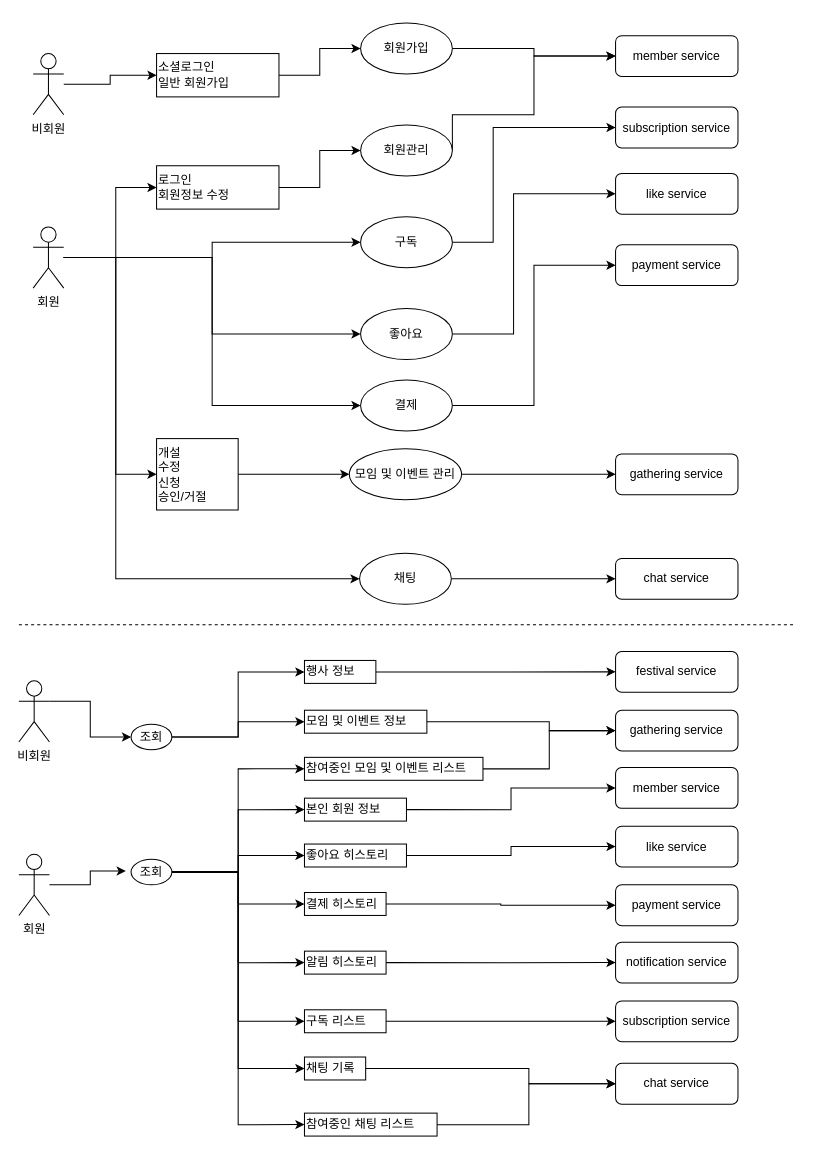
The draw.io diagram withme-uml.drawio in withuszb/diagram, before the edit. Source tidied: cells renumbered, new cells numbered last; positions are measured from the earlier drawing's top-left corner, leaving out a move shared by most shapes. Both pictures are drawn from the tidied source at 102%, with x=0, y=0 at pixel (18, 22).
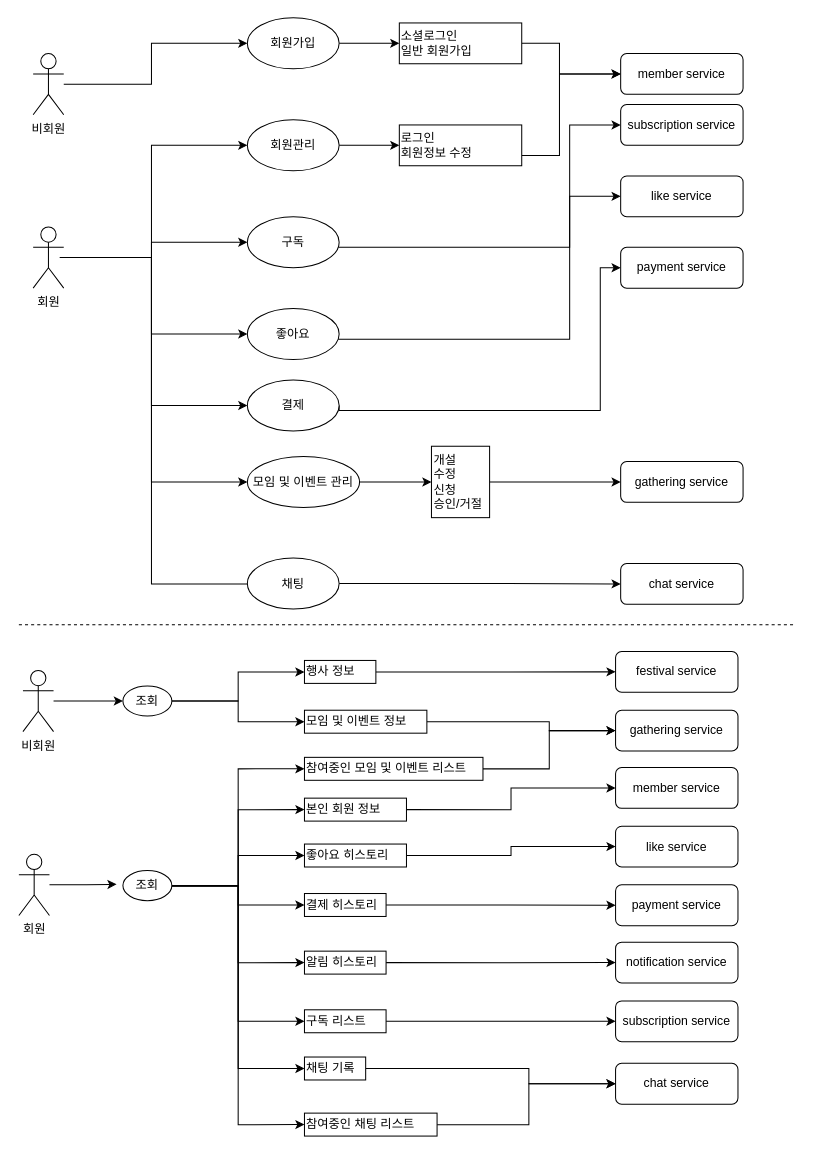
After the change.

Unchanged cells that the change refers to:
```xml
<mxCell id="3" value="비회원" style="shape=umlActor;verticalLabelPosition=bottom;verticalAlign=top;html=1;outlineConnect=0;" parent="1" vertex="1">
  <mxGeometry x="14" y="30" width="30" height="60" as="geometry" />
</mxCell>
<mxCell id="10" value="회&lt;span style=&quot;background-color: initial;&quot;&gt;원&lt;/span&gt;" style="shape=umlActor;verticalLabelPosition=bottom;verticalAlign=top;html=1;outlineConnect=0;" parent="1" vertex="1">
  <mxGeometry x="14" y="200" width="30" height="60" as="geometry" />
</mxCell>
<mxCell id="66" value="모임 및 이벤트 정보" style="rounded=0;whiteSpace=wrap;html=1;align=left;" parent="1" vertex="1">
  <mxGeometry x="280" y="673.8" width="120" height="22.5" as="geometry" />
</mxCell>
<mxCell id="68" value="행사 정보" style="rounded=0;whiteSpace=wrap;html=1;align=left;" parent="1" vertex="1">
  <mxGeometry x="280" y="625" width="70" height="22.5" as="geometry" />
</mxCell>
```

Diff of the diagram source:
```diff
@@
-    <mxCell id="2" style="edgeStyle=orthogonalEdgeStyle;rounded=0;jettySize=auto;html=1;entryX=0;entryY=0.5;entryDx=0;entryDy=0;" parent="1" edge="1" source="3" target="36">
-      <mxGeometry relative="1" as="geometry" />
-    </mxCell>
+    <mxCell id="82" style="edgeStyle=orthogonalEdgeStyle;rounded=0;jettySize=auto;html=1;entryX=0;entryY=0.5;entryDx=0;entryDy=0;" parent="1" edge="1" source="3" target="12">
+      <mxGeometry relative="1" as="geometry">
+        <Array as="points">
+          <mxPoint x="130" y="60" />
+          <mxPoint x="130" y="20" />
+        </Array>
+      </mxGeometry>
+    </mxCell>
@@
-    <mxCell id="4" style="edgeStyle=orthogonalEdgeStyle;rounded=0;jettySize=auto;html=1;entryX=0;entryY=0.5;entryDx=0;entryDy=0;" parent="1" edge="1" source="10" target="34">
-      <mxGeometry relative="1" as="geometry">
-        <Array as="points">
-          <mxPoint x="95" y="230" />
-          <mxPoint x="95" y="161" />
-        </Array>
-      </mxGeometry>
-    </mxCell>
     <mxCell id="5" style="edgeStyle=orthogonalEdgeStyle;rounded=0;jettySize=auto;html=1;entryX=0;entryY=0.5;entryDx=0;entryDy=0;" parent="1" edge="1" source="10" target="16">
-      <mxGeometry relative="1" as="geometry" />
+      <mxGeometry relative="1" as="geometry">
+        <Array as="points">
+          <mxPoint x="130" y="230" />
+          <mxPoint x="130" y="215" />
+        </Array>
+      </mxGeometry>
     </mxCell>
     <mxCell id="6" style="edgeStyle=orthogonalEdgeStyle;rounded=0;jettySize=auto;html=1;entryX=0;entryY=0.5;entryDx=0;entryDy=0;" parent="1" edge="1" source="10" target="18">
-      <mxGeometry relative="1" as="geometry" />
+      <mxGeometry relative="1" as="geometry">
+        <Array as="points">
+          <mxPoint x="130" y="230" />
+          <mxPoint x="130" y="305" />
+        </Array>
+      </mxGeometry>
     </mxCell>
     <mxCell id="7" style="edgeStyle=orthogonalEdgeStyle;rounded=0;jettySize=auto;html=1;entryX=0;entryY=0.5;entryDx=0;entryDy=0;" parent="1" edge="1" source="10" target="20">
-      <mxGeometry relative="1" as="geometry" />
+      <mxGeometry relative="1" as="geometry">
+        <Array as="points">
+          <mxPoint x="130" y="230" />
+          <mxPoint x="130" y="375" />
+        </Array>
+      </mxGeometry>
     </mxCell>
-    <mxCell id="8" style="edgeStyle=orthogonalEdgeStyle;rounded=0;jettySize=auto;html=1;entryX=0;entryY=0.5;entryDx=0;entryDy=0;" parent="1" edge="1" source="10" target="38">
-      <mxGeometry relative="1" as="geometry">
-        <Array as="points">
-          <mxPoint x="95" y="230" />
-          <mxPoint x="95" y="442" />
-        </Array>
-      </mxGeometry>
-    </mxCell>
     <mxCell id="9" style="edgeStyle=orthogonalEdgeStyle;rounded=0;jettySize=auto;html=1;entryX=0;entryY=0.5;entryDx=0;entryDy=0;" parent="1" edge="1" source="10" target="24">
       <mxGeometry relative="1" as="geometry">
         <Array as="points">
-          <mxPoint x="95" y="230" />
-          <mxPoint x="95" y="545" />
+          <mxPoint x="130" y="230" />
+          <mxPoint x="130" y="550" />
+          <mxPoint x="250" y="550" />
         </Array>
       </mxGeometry>
     </mxCell>
+    <mxCell id="83" style="edgeStyle=orthogonalEdgeStyle;rounded=0;jettySize=auto;html=1;entryX=0;entryY=0.5;entryDx=0;entryDy=0;" parent="1" edge="1" target="22">
+      <mxGeometry relative="1" as="geometry">
+        <mxPoint x="40" y="230" as="sourcePoint" />
+        <Array as="points">
+          <mxPoint x="130" y="230" />
+          <mxPoint x="130" y="450" />
+        </Array>
+      </mxGeometry>
+    </mxCell>
+    <mxCell id="84" style="edgeStyle=orthogonalEdgeStyle;rounded=0;jettySize=auto;html=1;entryX=0;entryY=0.5;entryDx=0;entryDy=0;" parent="1" edge="1" source="10" target="14">
+      <mxGeometry relative="1" as="geometry">
+        <Array as="points">
+          <mxPoint x="130" y="230" />
+          <mxPoint x="130" y="120" />
+        </Array>
+      </mxGeometry>
+    </mxCell>
@@
-    <mxCell id="11" style="edgeStyle=orthogonalEdgeStyle;rounded=0;jettySize=auto;html=1;exitX=1;exitY=0.5;exitDx=0;exitDy=0;entryX=0;entryY=0.5;entryDx=0;entryDy=0;" parent="1" edge="1" source="12" target="25">
-      <mxGeometry relative="1" as="geometry" />
-    </mxCell>
+    <mxCell id="85" style="edgeStyle=orthogonalEdgeStyle;rounded=0;jettySize=auto;html=1;entryX=0;entryY=0.5;entryDx=0;entryDy=0;" parent="1" edge="1" source="12" target="36">
+      <mxGeometry relative="1" as="geometry" />
+    </mxCell>
     <mxCell id="12" value="회원가입" style="ellipse;whiteSpace=wrap;html=1;" parent="1" vertex="1">
-      <mxGeometry x="335" width="90" height="50" as="geometry" />
+      <mxGeometry x="224" y="-5" width="90" height="50" as="geometry" />
     </mxCell>
-    <mxCell id="13" style="edgeStyle=orthogonalEdgeStyle;rounded=0;jettySize=auto;html=1;exitX=1;exitY=0.5;exitDx=0;exitDy=0;entryX=0;entryY=0.5;entryDx=0;entryDy=0;" parent="1" edge="1" source="14" target="25">
-      <mxGeometry relative="1" as="geometry">
-        <Array as="points">
-          <mxPoint x="425" y="90" />
-          <mxPoint x="505" y="90" />
-          <mxPoint x="505" y="32" />
-        </Array>
-      </mxGeometry>
-    </mxCell>
+    <mxCell id="86" style="edgeStyle=orthogonalEdgeStyle;rounded=0;jettySize=auto;html=1;entryX=0;entryY=0.5;entryDx=0;entryDy=0;" parent="1" edge="1" source="14" target="34">
+      <mxGeometry relative="1" as="geometry" />
+    </mxCell>
     <mxCell id="14" value="회원관리" style="ellipse;whiteSpace=wrap;html=1;" parent="1" vertex="1">
-      <mxGeometry x="335" y="100" width="90" height="50" as="geometry" />
+      <mxGeometry x="224" y="95" width="90" height="50" as="geometry" />
     </mxCell>
     <mxCell id="15" style="edgeStyle=orthogonalEdgeStyle;rounded=0;jettySize=auto;html=1;entryX=0;entryY=0.5;entryDx=0;entryDy=0;" parent="1" edge="1" source="16" target="26">
       <mxGeometry relative="1" as="geometry">
         <Array as="points">
-          <mxPoint x="465" y="215" />
-          <mxPoint x="465" y="102" />
+          <mxPoint x="540" y="220" />
+          <mxPoint x="540" y="100" />
         </Array>
       </mxGeometry>
     </mxCell>
     <mxCell id="16" value="구독" style="ellipse;whiteSpace=wrap;html=1;" parent="1" vertex="1">
-      <mxGeometry x="335" y="190" width="90" height="50" as="geometry" />
+      <mxGeometry x="224" y="190" width="90" height="50" as="geometry" />
     </mxCell>
     <mxCell id="17" style="edgeStyle=orthogonalEdgeStyle;rounded=0;jettySize=auto;html=1;entryX=0;entryY=0.5;entryDx=0;entryDy=0;" parent="1" edge="1" source="18" target="30">
       <mxGeometry relative="1" as="geometry">
         <Array as="points">
-          <mxPoint x="485" y="305" />
-          <mxPoint x="485" y="168" />
+          <mxPoint x="540" y="310" />
+          <mxPoint x="540" y="170" />
         </Array>
       </mxGeometry>
     </mxCell>
     <mxCell id="18" value="좋아요" style="ellipse;whiteSpace=wrap;html=1;" parent="1" vertex="1">
-      <mxGeometry x="335" y="280" width="90" height="50" as="geometry" />
+      <mxGeometry x="224" y="280" width="90" height="50" as="geometry" />
     </mxCell>
     <mxCell id="19" style="edgeStyle=orthogonalEdgeStyle;rounded=0;jettySize=auto;html=1;exitX=1;exitY=0.5;exitDx=0;exitDy=0;entryX=0;entryY=0.5;entryDx=0;entryDy=0;" parent="1" edge="1" source="20" target="27">
-      <mxGeometry relative="1" as="geometry" />
+      <mxGeometry relative="1" as="geometry">
+        <Array as="points">
+          <mxPoint x="570" y="380" />
+          <mxPoint x="570" y="240" />
+        </Array>
+      </mxGeometry>
     </mxCell>
     <mxCell id="20" value="결제" style="ellipse;whiteSpace=wrap;html=1;" parent="1" vertex="1">
-      <mxGeometry x="335" y="350" width="90" height="50" as="geometry" />
+      <mxGeometry x="224" y="350" width="90" height="50" as="geometry" />
     </mxCell>
-    <mxCell id="21" style="edgeStyle=orthogonalEdgeStyle;rounded=0;jettySize=auto;html=1;entryX=0;entryY=0.5;entryDx=0;entryDy=0;" parent="1" edge="1" source="22" target="32">
-      <mxGeometry relative="1" as="geometry">
-        <Array as="points">
-          <mxPoint x="535" y="443" />
-          <mxPoint x="535" y="443" />
-        </Array>
-      </mxGeometry>
-    </mxCell>
+    <mxCell id="87" style="edgeStyle=orthogonalEdgeStyle;rounded=0;jettySize=auto;html=1;exitX=1;exitY=0.5;exitDx=0;exitDy=0;" parent="1" edge="1" source="22" target="38">
+      <mxGeometry relative="1" as="geometry" />
+    </mxCell>
     <mxCell id="22" value="모임 및 이벤트 관리" style="ellipse;whiteSpace=wrap;html=1;" parent="1" vertex="1">
-      <mxGeometry x="324" y="417.5" width="110" height="50" as="geometry" />
+      <mxGeometry x="224" y="425" width="110" height="50" as="geometry" />
     </mxCell>
@@
     <mxCell id="24" value="채팅" style="ellipse;whiteSpace=wrap;html=1;" parent="1" vertex="1">
-      <mxGeometry x="334" y="520" width="90" height="50" as="geometry" />
+      <mxGeometry x="224" y="524.5" width="90" height="50" as="geometry" />
     </mxCell>
     <mxCell id="25" value="member service" style="rounded=1;whiteSpace=wrap;html=1;" parent="1" vertex="1">
-      <mxGeometry x="585" y="12.5" width="120" height="40" as="geometry" />
+      <mxGeometry x="590" y="30" width="120" height="40" as="geometry" />
     </mxCell>
     <mxCell id="26" value="subscription service" style="rounded=1;whiteSpace=wrap;html=1;" parent="1" vertex="1">
-      <mxGeometry x="585" y="82.5" width="120" height="40" as="geometry" />
+      <mxGeometry x="590" y="80" width="120" height="40" as="geometry" />
     </mxCell>
     <mxCell id="27" value="payment&amp;nbsp;&lt;span style=&quot;background-color: initial;&quot;&gt;service&lt;/span&gt;" style="rounded=1;whiteSpace=wrap;html=1;" parent="1" vertex="1">
-      <mxGeometry x="585" y="217.5" width="120" height="40" as="geometry" />
+      <mxGeometry x="590" y="220" width="120" height="40" as="geometry" />
     </mxCell>
@@
     <mxCell id="29" value="&lt;span style=&quot;background-color: initial;&quot;&gt;chat service&lt;/span&gt;" style="rounded=1;whiteSpace=wrap;html=1;" parent="1" vertex="1">
-      <mxGeometry x="585" y="525" width="120" height="40" as="geometry" />
+      <mxGeometry x="590" y="530" width="120" height="40" as="geometry" />
     </mxCell>
     <mxCell id="30" value="&lt;span style=&quot;background-color: initial;&quot;&gt;like service&lt;/span&gt;" style="rounded=1;whiteSpace=wrap;html=1;" parent="1" vertex="1">
-      <mxGeometry x="585" y="147.5" width="120" height="40" as="geometry" />
+      <mxGeometry x="590" y="150" width="120" height="40" as="geometry" />
     </mxCell>
@@
     <mxCell id="32" value="&lt;span style=&quot;background-color: initial;&quot;&gt;gathering service&lt;/span&gt;" style="rounded=1;whiteSpace=wrap;html=1;" parent="1" vertex="1">
-      <mxGeometry x="585" y="422.5" width="120" height="40" as="geometry" />
+      <mxGeometry x="590" y="430" width="120" height="40" as="geometry" />
     </mxCell>
-    <mxCell id="33" style="edgeStyle=orthogonalEdgeStyle;rounded=0;jettySize=auto;html=1;" parent="1" edge="1" source="34" target="14">
-      <mxGeometry relative="1" as="geometry" />
-    </mxCell>
+    <mxCell id="88" style="edgeStyle=orthogonalEdgeStyle;rounded=0;jettySize=auto;html=1;entryX=0;entryY=0.5;entryDx=0;entryDy=0;" parent="1" edge="1" source="34" target="25">
+      <mxGeometry relative="1" as="geometry">
+        <Array as="points">
+          <mxPoint x="530" y="130" />
+          <mxPoint x="530" y="50" />
+        </Array>
+      </mxGeometry>
+    </mxCell>
     <mxCell id="34" value="로그인&lt;div&gt;회원정보 수정&lt;/div&gt;" style="rounded=0;whiteSpace=wrap;html=1;align=left;" parent="1" vertex="1">
-      <mxGeometry x="135" y="140" width="120" height="42.5" as="geometry" />
+      <mxGeometry x="373" y="100" width="120" height="40" as="geometry" />
     </mxCell>
-    <mxCell id="35" style="edgeStyle=orthogonalEdgeStyle;rounded=0;jettySize=auto;html=1;exitX=1;exitY=0.5;exitDx=0;exitDy=0;" parent="1" edge="1" source="36" target="12">
-      <mxGeometry relative="1" as="geometry" />
-    </mxCell>
+    <mxCell id="89" style="edgeStyle=orthogonalEdgeStyle;rounded=0;jettySize=auto;html=1;exitX=1;exitY=0.5;exitDx=0;exitDy=0;entryX=0;entryY=0.5;entryDx=0;entryDy=0;" parent="1" edge="1" source="36" target="25">
+      <mxGeometry relative="1" as="geometry">
+        <Array as="points">
+          <mxPoint x="530" y="20" />
+          <mxPoint x="530" y="50" />
+        </Array>
+      </mxGeometry>
+    </mxCell>
     <mxCell id="36" value="소셜로그인&lt;div&gt;일반 회원가입&lt;/div&gt;" style="rounded=0;whiteSpace=wrap;html=1;align=left;" parent="1" vertex="1">
-      <mxGeometry x="135" y="30" width="120" height="42.5" as="geometry" />
+      <mxGeometry x="373" width="120" height="40" as="geometry" />
     </mxCell>
-    <mxCell id="37" style="edgeStyle=orthogonalEdgeStyle;rounded=0;jettySize=auto;html=1;exitX=1;exitY=0.5;exitDx=0;exitDy=0;entryX=0;entryY=0.5;entryDx=0;entryDy=0;" parent="1" edge="1" source="38" target="22">
-      <mxGeometry relative="1" as="geometry" />
-    </mxCell>
+    <mxCell id="90" style="edgeStyle=orthogonalEdgeStyle;rounded=0;jettySize=auto;html=1;entryX=0;entryY=0.5;entryDx=0;entryDy=0;" parent="1" edge="1" source="38" target="32">
+      <mxGeometry relative="1" as="geometry" />
+    </mxCell>
     <mxCell id="38" value="개설&lt;div&gt;수정&lt;/div&gt;&lt;div&gt;신청&lt;/div&gt;&lt;div&gt;승인/거절&lt;/div&gt;" style="rounded=0;whiteSpace=wrap;html=1;align=left;" parent="1" vertex="1">
-      <mxGeometry x="135" y="407.5" width="80" height="70" as="geometry" />
+      <mxGeometry x="404.5" y="415" width="57" height="70" as="geometry" />
     </mxCell>
@@
-    <mxCell id="46" style="edgeStyle=orthogonalEdgeStyle;rounded=0;jettySize=auto;html=1;exitX=1;exitY=0.3333333333333333;exitDx=0;exitDy=0;exitPerimeter=0;" parent="1" edge="1" source="47" target="71">
+    <mxCell id="46" style="edgeStyle=orthogonalEdgeStyle;rounded=0;jettySize=auto;html=1;entryX=0;entryY=0.5;entryDx=0;entryDy=0;" parent="1" edge="1" source="47" target="71">
       <mxGeometry relative="1" as="geometry" />
     </mxCell>
     <mxCell id="47" value="비회원" style="shape=umlActor;verticalLabelPosition=bottom;verticalAlign=top;html=1;outlineConnect=0;" parent="1" vertex="1">
-      <mxGeometry y="645" width="30" height="60" as="geometry" />
+      <mxGeometry x="4" y="634.8" width="30" height="60" as="geometry" />
     </mxCell>
@@
     <mxCell id="58" value="결제 히스토리" style="rounded=0;whiteSpace=wrap;html=1;align=left;" parent="1" vertex="1">
-      <mxGeometry x="280" y="852.5" width="80" height="22.5" as="geometry" />
+      <mxGeometry x="280" y="853.5" width="80" height="22.5" as="geometry" />
     </mxCell>
@@
-    <mxCell id="69" style="edgeStyle=orthogonalEdgeStyle;rounded=0;jettySize=auto;html=1;entryX=0;entryY=0.5;entryDx=0;entryDy=0;" parent="1" edge="1" source="71" target="66">
+    <mxCell id="69" style="edgeStyle=orthogonalEdgeStyle;rounded=0;jettySize=auto;html=1;entryX=0;entryY=0.5;entryDx=0;entryDy=0;exitX=1;exitY=0.5;exitDx=0;exitDy=0;" parent="1" edge="1" source="71" target="66">
       <mxGeometry relative="1" as="geometry" />
     </mxCell>
-    <mxCell id="70" style="edgeStyle=orthogonalEdgeStyle;rounded=0;jettySize=auto;html=1;entryX=0;entryY=0.5;entryDx=0;entryDy=0;" parent="1" edge="1" source="71" target="68">
+    <mxCell id="70" style="edgeStyle=orthogonalEdgeStyle;rounded=0;jettySize=auto;html=1;entryX=0;entryY=0.5;entryDx=0;entryDy=0;exitX=1;exitY=0.5;exitDx=0;exitDy=0;" parent="1" edge="1" source="71" target="68">
       <mxGeometry relative="1" as="geometry" />
     </mxCell>
-    <mxCell id="71" value="조회" style="ellipse;whiteSpace=wrap;html=1;" parent="1" vertex="1">
-      <mxGeometry x="110" y="687.5" width="40" height="25" as="geometry" />
-    </mxCell>
@@
     <mxCell id="80" value="조회" style="ellipse;whiteSpace=wrap;html=1;" parent="1" vertex="1">
-      <mxGeometry x="110" y="820" width="40" height="25" as="geometry" />
+      <mxGeometry x="102" y="831" width="48" height="29.5" as="geometry" />
     </mxCell>
@@
+    <mxCell id="71" value="조회" style="ellipse;whiteSpace=wrap;html=1;" parent="1" vertex="1">
+      <mxGeometry x="102" y="650" width="48" height="29.5" as="geometry" />
+    </mxCell>
```
